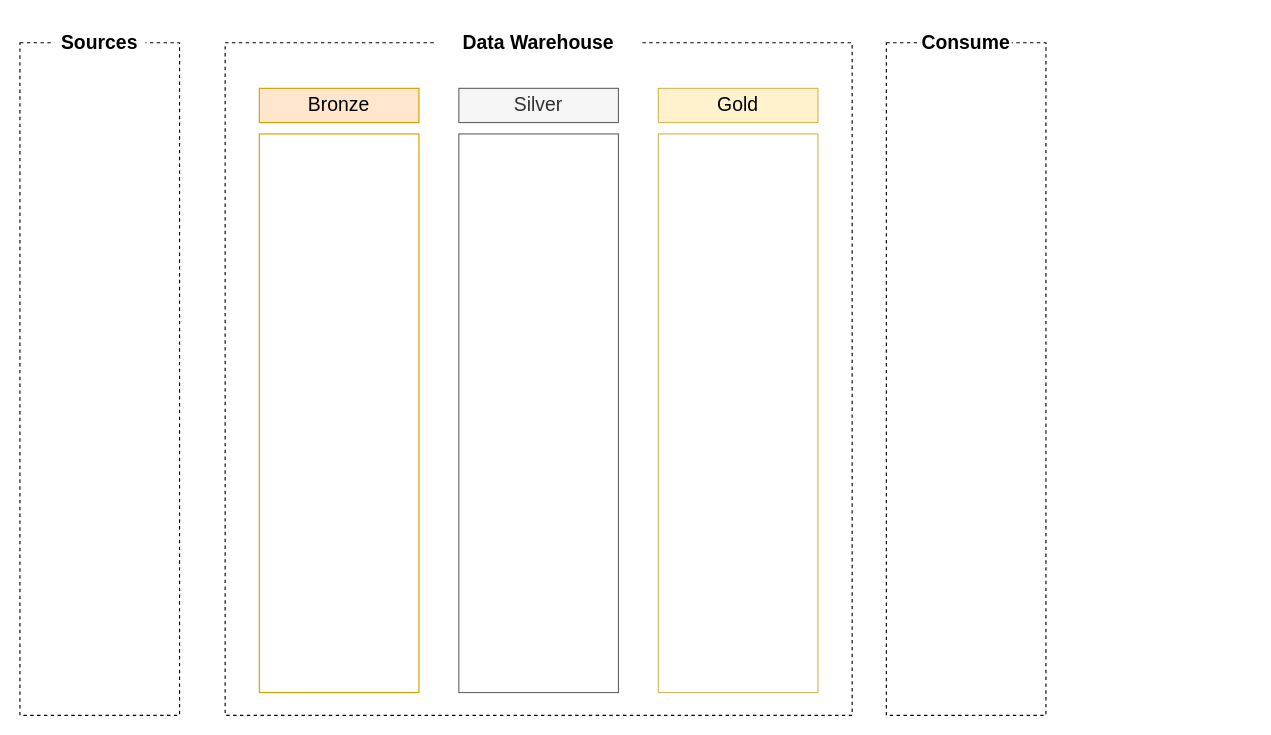
The draw.io diagram Diagram/Untitled Diagram.drawio in seyedmojtabahosseini/Data_Folder, before the edit. Source tidied: cells renumbered, new cells numbered last; positions are measured from the earlier drawing's top-left corner, leaving out a move shared by most shapes. Both pictures are drawn from the tidied source at 114%, with x=0, y=0 at pixel (19, 26).
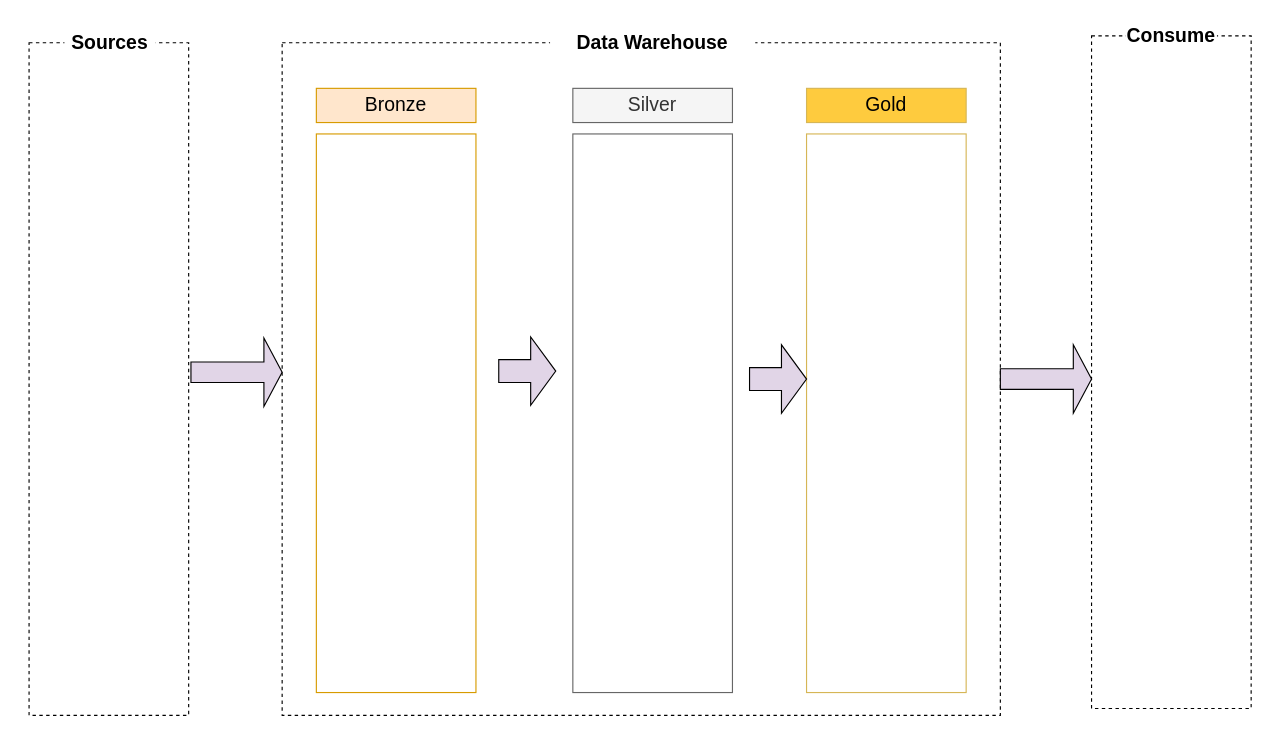
After the change.

The edit, as a diff of the source:
```diff
@@
 <mxGraphModel>
   <root>
     <mxCell id="0" />
     <mxCell id="1" parent="0" />
     <mxCell id="2" style="rounded=0;whiteSpace=wrap;html=1;dashed=1;fillColor=none;" parent="1" vertex="1">
-      <mxGeometry y="14" width="140" height="590" as="geometry" />
+      <mxGeometry x="8" y="14" width="140" height="590" as="geometry" />
     </mxCell>
     <mxCell id="3" value="Sources" style="rounded=0;whiteSpace=wrap;html=1;fillColor=default;strokeColor=none;fontSize=17;fontStyle=1;" parent="1" vertex="1">
-      <mxGeometry x="30" width="80" height="30" as="geometry" />
+      <mxGeometry x="39" width="80" height="30" as="geometry" />
     </mxCell>
+    <mxCell id="12" style="rounded=0;whiteSpace=wrap;html=1;dashed=1;fillColor=none;" parent="1" vertex="1">
+      <mxGeometry x="940" y="8" width="140" height="590" as="geometry" />
+    </mxCell>
+    <mxCell id="13" value="Consume" style="rounded=0;whiteSpace=wrap;html=1;fillColor=default;strokeColor=none;fontSize=17;fontStyle=1;" parent="1" vertex="1">
+      <mxGeometry x="970" y="-6" width="80" height="30" as="geometry" />
+    </mxCell>
+    <mxCell id="14" style="shape=singleArrow;whiteSpace=wrap;html=1;fillColor=#e1d5e7;strokeColor=default;" parent="1" vertex="1">
+      <mxGeometry x="150" y="273" width="80" height="60" as="geometry" />
+    </mxCell>
+    <mxCell id="15" style="group;" parent="1" vertex="1">
+      <mxGeometry x="280" width="580" height="604" as="geometry" />
+    </mxCell>
-    <mxCell id="4" style="rounded=0;whiteSpace=wrap;html=1;dashed=1;fillColor=none;" parent="1" vertex="1">
-      <mxGeometry x="180" y="14" width="550" height="590" as="geometry" />
+    <mxCell id="4" style="rounded=0;whiteSpace=wrap;html=1;dashed=1;fillColor=none;" parent="15" vertex="1">
+      <mxGeometry x="-50" y="14" width="630" height="590" as="geometry" />
     </mxCell>
-    <mxCell id="5" value="Data Warehouse" style="rounded=0;whiteSpace=wrap;html=1;fillColor=default;strokeColor=none;fontSize=17;fontStyle=1;" parent="1" vertex="1">
-      <mxGeometry x="365" width="180" height="30" as="geometry" />
+    <mxCell id="5" value="Data Warehouse" style="rounded=0;whiteSpace=wrap;html=1;fillColor=default;strokeColor=none;fontSize=17;fontStyle=1;" parent="15" vertex="1">
+      <mxGeometry x="185" width="180" height="30" as="geometry" />
     </mxCell>
-    <mxCell id="6" style="rounded=0;whiteSpace=wrap;html=1;fillColor=none;strokeColor=#d79b00;" parent="1" vertex="1">
-      <mxGeometry x="210" y="94" width="140" height="490" as="geometry" />
+    <mxCell id="6" style="rounded=0;whiteSpace=wrap;html=1;fillColor=none;strokeColor=#d79b00;" parent="15" vertex="1">
+      <mxGeometry x="-20" y="94" width="140" height="490" as="geometry" />
     </mxCell>
-    <mxCell id="7" value="Bronze" style="rounded=0;whiteSpace=wrap;html=1;fillColor=#ffe6cc;strokeColor=#d79b00;fontSize=17;" parent="1" vertex="1">
-      <mxGeometry x="210" y="54" width="140" height="30" as="geometry" />
+    <mxCell id="7" value="Bronze" style="rounded=0;whiteSpace=wrap;html=1;fillColor=#ffe6cc;strokeColor=#d79b00;fontSize=17;" parent="15" vertex="1">
+      <mxGeometry x="-20" y="54" width="140" height="30" as="geometry" />
     </mxCell>
-    <mxCell id="8" style="rounded=0;whiteSpace=wrap;html=1;fillColor=none;strokeColor=#666666;fontColor=#333333;" parent="1" vertex="1">
-      <mxGeometry x="385" y="94" width="140" height="490" as="geometry" />
+    <mxCell id="8" style="rounded=0;whiteSpace=wrap;html=1;fillColor=none;strokeColor=#666666;fontColor=#333333;" parent="15" vertex="1">
+      <mxGeometry x="205" y="94" width="140" height="490" as="geometry" />
     </mxCell>
-    <mxCell id="9" value="Silver" style="rounded=0;whiteSpace=wrap;html=1;fillColor=#f5f5f5;strokeColor=#666666;fontSize=17;fontColor=#333333;" parent="1" vertex="1">
-      <mxGeometry x="385" y="54" width="140" height="30" as="geometry" />
+    <mxCell id="9" value="Silver" style="rounded=0;whiteSpace=wrap;html=1;fillColor=#f5f5f5;strokeColor=#666666;fontSize=17;fontColor=#333333;" parent="15" vertex="1">
+      <mxGeometry x="205" y="54" width="140" height="30" as="geometry" />
     </mxCell>
-    <mxCell id="10" style="rounded=0;whiteSpace=wrap;html=1;fillColor=none;strokeColor=#d6b656;" parent="1" vertex="1">
-      <mxGeometry x="560" y="94" width="140" height="490" as="geometry" />
+    <mxCell id="10" style="rounded=0;whiteSpace=wrap;html=1;fillColor=none;strokeColor=#d6b656;" parent="15" vertex="1">
+      <mxGeometry x="410" y="94" width="140" height="490" as="geometry" />
     </mxCell>
-    <mxCell id="11" value="Gold" style="rounded=0;whiteSpace=wrap;html=1;fillColor=#fff2cc;strokeColor=#d6b656;fontSize=17;" parent="1" vertex="1">
-      <mxGeometry x="560" y="54" width="140" height="30" as="geometry" />
+    <mxCell id="11" value="Gold" style="rounded=0;whiteSpace=wrap;html=1;fillColor=light-dark(#fecb3e, #281d00);strokeColor=#d6b656;fontSize=17;" parent="15" vertex="1">
+      <mxGeometry x="410" y="54" width="140" height="30" as="geometry" />
     </mxCell>
-    <mxCell id="12" style="rounded=0;whiteSpace=wrap;html=1;dashed=1;fillColor=none;" parent="1" vertex="1">
-      <mxGeometry x="760" y="14" width="140" height="590" as="geometry" />
-    </mxCell>
-    <mxCell id="13" value="Consume" style="rounded=0;whiteSpace=wrap;html=1;fillColor=default;strokeColor=none;fontSize=17;fontStyle=1;" parent="1" vertex="1">
-      <mxGeometry x="790" width="80" height="30" as="geometry" />
-    </mxCell>
+    <mxCell id="16" style="shape=singleArrow;whiteSpace=wrap;html=1;fillColor=#e1d5e7;strokeColor=default;arrowWidth=0.3333333333333333;arrowSize=0.44;" parent="15" vertex="1">
+      <mxGeometry x="140" y="272" width="50" height="60" as="geometry" />
+    </mxCell>
+    <mxCell id="17" style="shape=singleArrow;whiteSpace=wrap;html=1;fillColor=#e1d5e7;strokeColor=default;arrowWidth=0.3333333333333333;arrowSize=0.44;" parent="15" vertex="1">
+      <mxGeometry x="360" y="279" width="50" height="60" as="geometry" />
+    </mxCell>
+    <mxCell id="18" style="shape=singleArrow;whiteSpace=wrap;html=1;fillColor=#e1d5e7;strokeColor=default;" parent="1" vertex="1">
+      <mxGeometry x="860" y="279" width="80" height="60" as="geometry" />
+    </mxCell>
   </root>
 </mxGraphModel>
```
